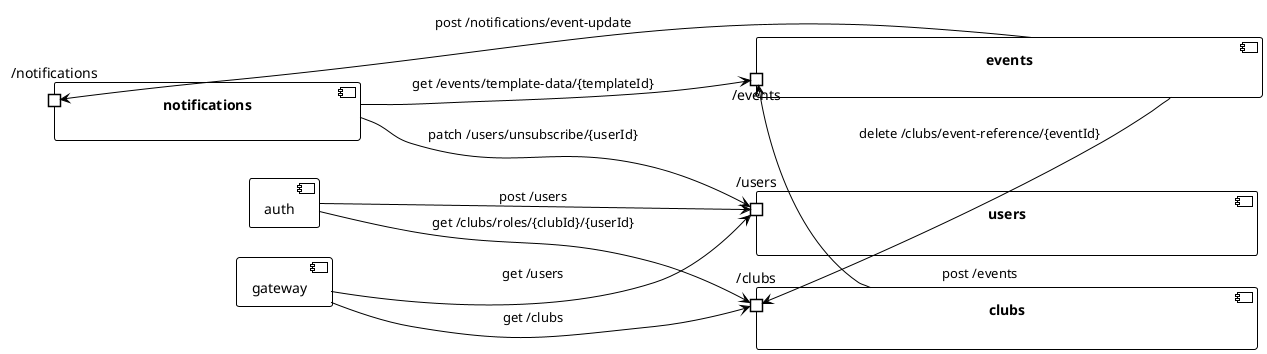
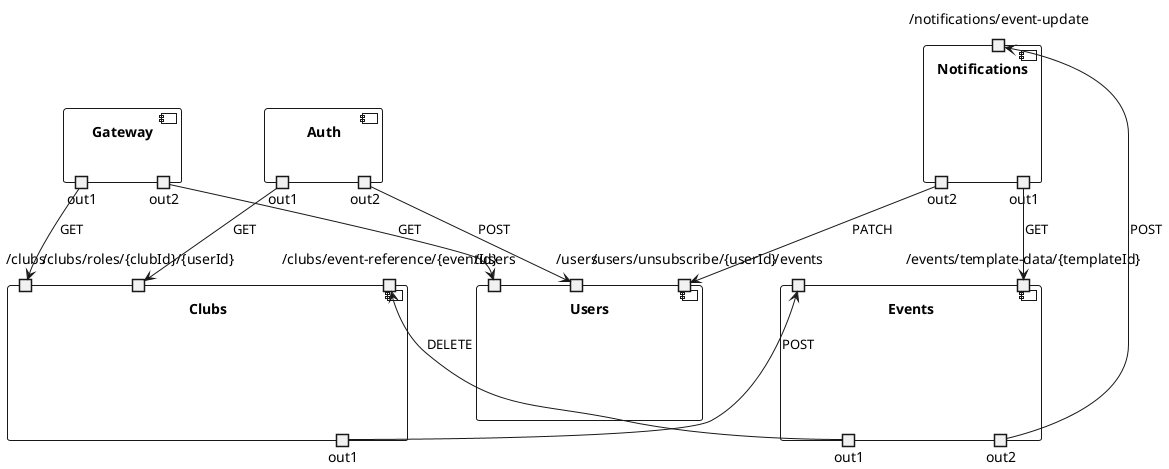
@startuml
- !theme plain
- left to right direction
- skinparam componentStyle uml2
- skinparam nodesep 20
- skinparam ranksep 150
- 
- ' Force all components to stay on the same horizontal rank
- together {
-   component [gateway] as gateway
-   component [auth] as auth
-   component [users] as users
-   component [clubs] as clubs
-   component [events] as events
-   component [notifications] as notifications
+ component Gateway {
+   portout "out1" as g_out1
+   portout "out2" as g_out2
}

- ' Maintain the horizontal sequence
- gateway -[hidden]r- auth
- auth -[hidden]r- users
- users -[hidden]r- clubs
- clubs -[hidden]r- events
- events -[hidden]r- notifications
- 
- ' --- Port Definitions ---
- 
- component users {
-     portin "/users" as users_port
+ component Auth {
+   portout "out1" as a_out1
+   portout "out2" as a_out2
}

- component clubs {
-     portin "/clubs" as clubs_port
+ component Users {
+   portin "/users" as u_p1
+   portin "/users" as u_p2
+   portin "/users/unsubscribe/{userId}" as u_p3
}

- component events {
-     portin "/events" as events_port
+ component Clubs {
+   portin "/clubs/roles/{clubId}/{userId}" as c_p1
+   portin "/clubs/event-reference/{eventId}" as c_p2
+   portin "/clubs" as c_p3
+   portout "out1" as c_out1
}

- component notifications {
-     portin "/notifications" as notifications_port
+ component Events {
+   portin "/events" as e_p1
+   portin "/events/template-data/{templateId}" as e_p2
+   portout "out1" as e_out1
+   portout "out2" as e_out2
}

- ' --- Connections ---
+ component Notifications {
+   portin "/notifications/event-update" as n_p1
+   portout "out1" as n_out1
+   portout "out2" as n_out2
+ }

- notifications --> users_port : "patch /users/unsubscribe/{userId}"
- notifications --> events_port : "get /events/template-data/{templateId}"
- auth --> clubs_port : "get /clubs/roles/{clubId}/{userId}"
- auth --> users_port : "post /users"
- gateway --> users_port : "get /users"
- gateway --> clubs_port : "get /clubs"
- clubs --> events_port : "post /events"
- events --> notifications_port : "post /notifications/event-update"
- events --> clubs_port : "delete /clubs/event-reference/{eventId}"
+ a_out1 --> c_p1 : GET
+ a_out2 --> u_p1 : POST
+ c_out1 --> e_p1 : POST
+ e_out1 --> c_p2 : DELETE
+ e_out2 --> n_p1 : POST
+ g_out1 --> c_p3 : GET
+ g_out2 --> u_p2 : GET
+ n_out1 --> e_p2 : GET
+ n_out2 --> u_p3 : PATCH
@enduml
